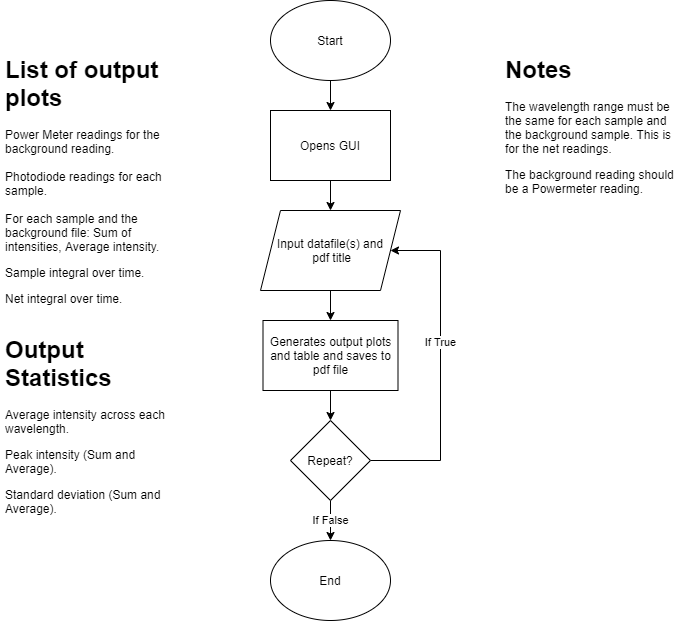
This is Optrode Analysis.png from Benjamin-Mc/Optrode, a draw.io export, as it was before one commit. Source tidied: cells renumbered, new cells last; positions are measured from the earlier drawing's top-left corner, leaving out a move shared by most shapes.
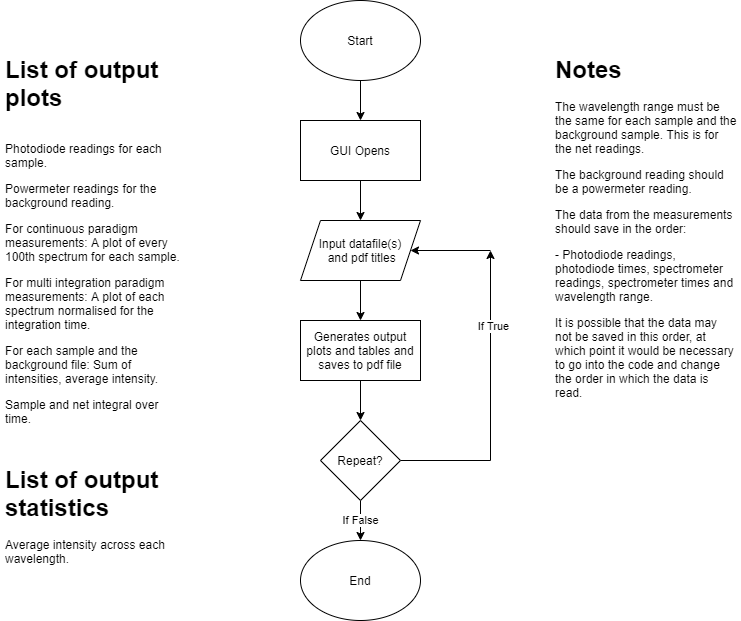
After the commit.

Change to the diagram source:
```diff
@@ -1,59 +1,61 @@
 <mxGraphModel>
   <root>
-    <mxCell id="0" />
-    <mxCell id="1" parent="0" />
-    <mxCell id="2" style="edgeStyle=orthogonalEdgeStyle;rounded=0;jettySize=auto;html=1;" parent="1" edge="1" source="3" target="5">
-      <mxGeometry relative="1" as="geometry" />
-    </mxCell>
+    <mxCell id="18" />
+    <mxCell id="19" parent="18" />
+    <mxCell id="20" style="edgeStyle=orthogonalEdgeStyle;rounded=0;jettySize=auto;html=1;" parent="19" edge="1" source="3" target="22">
+      <mxGeometry relative="1" as="geometry" />
+    </mxCell>
-    <mxCell id="3" value="Start" style="ellipse;whiteSpace=wrap;html=1;" parent="1" vertex="1">
+    <mxCell id="3" value="Start" style="ellipse;whiteSpace=wrap;html=1;" parent="19" vertex="1">
       <mxGeometry x="270" width="120" height="80" as="geometry" />
     </mxCell>
-    <mxCell id="4" style="edgeStyle=orthogonalEdgeStyle;rounded=0;jettySize=auto;html=1;" parent="1" edge="1" source="5" target="7">
-      <mxGeometry relative="1" as="geometry" />
-    </mxCell>
-    <mxCell id="5" value="Opens GUI" style="whiteSpace=wrap;html=1;" parent="1" vertex="1">
-      <mxGeometry x="270" y="110" width="120" height="70" as="geometry" />
-    </mxCell>
-    <mxCell id="6" style="edgeStyle=orthogonalEdgeStyle;rounded=0;jettySize=auto;html=1;" parent="1" edge="1" source="7" target="9">
-      <mxGeometry relative="1" as="geometry" />
-    </mxCell>
-    <mxCell id="7" value="Input datafile(s) and&lt;br&gt;&amp;nbsp;pdf title" style="shape=parallelogram;perimeter=parallelogramPerimeter;whiteSpace=wrap;html=1;fixedSize=1;" parent="1" vertex="1">
-      <mxGeometry x="260" y="210" width="140" height="80" as="geometry" />
-    </mxCell>
-    <mxCell id="8" style="edgeStyle=orthogonalEdgeStyle;rounded=0;jettySize=auto;html=1;" parent="1" edge="1" source="9" target="14">
-      <mxGeometry relative="1" as="geometry" />
-    </mxCell>
-    <mxCell id="9" value="Generates output plots and table and saves to pdf file" style="whiteSpace=wrap;html=1;" parent="1" vertex="1">
-      <mxGeometry x="262.5" y="320" width="135" height="70" as="geometry" />
-    </mxCell>
-    <mxCell id="10" value="&lt;h1&gt;List of output plots&lt;/h1&gt;&lt;div&gt;Power Meter readings for the background reading.&lt;/div&gt;&lt;div&gt;&lt;br&gt;&lt;/div&gt;&lt;div&gt;Photodiode readings for each sample.&lt;/div&gt;&lt;div&gt;&lt;br&gt;&lt;/div&gt;&lt;div&gt;For each sample and the background file:&amp;nbsp;&lt;span&gt;Sum of intensities,&amp;nbsp;&lt;/span&gt;&lt;span&gt;Average intensity.&lt;/span&gt;&lt;/div&gt;&lt;p&gt;Sample integral over time.&lt;/p&gt;&lt;p&gt;Net integral over time.&lt;/p&gt;" style="text;html=1;strokeColor=none;fillColor=none;spacing=5;spacingTop=-20;whiteSpace=wrap;overflow=hidden;rounded=0;" parent="1" vertex="1">
-      <mxGeometry y="50" width="190" height="270" as="geometry" />
-    </mxCell>
-    <mxCell id="11" style="edgeStyle=orthogonalEdgeStyle;rounded=0;jettySize=auto;html=1;entryX=1;entryY=0.5;entryDx=0;entryDy=0;" parent="1" edge="1" source="14" target="7">
-      <mxGeometry relative="1" as="geometry">
-        <Array as="points">
-          <mxPoint x="440" y="460" />
-          <mxPoint x="440" y="250" />
-        </Array>
-      </mxGeometry>
-    </mxCell>
+    <mxCell id="21" style="edgeStyle=orthogonalEdgeStyle;rounded=0;jettySize=auto;html=1;" parent="19" edge="1" source="22" target="24">
+      <mxGeometry relative="1" as="geometry" />
+    </mxCell>
+    <mxCell id="22" value="GUI Opens" style="whiteSpace=wrap;html=1;" parent="19" vertex="1">
+      <mxGeometry x="270" y="120" width="120" height="60" as="geometry" />
+    </mxCell>
+    <mxCell id="23" style="edgeStyle=orthogonalEdgeStyle;rounded=0;jettySize=auto;html=1;" parent="19" edge="1" source="24" target="26">
+      <mxGeometry relative="1" as="geometry" />
+    </mxCell>
+    <mxCell id="24" value="Input datafile(s)&lt;br&gt;&amp;nbsp;and pdf titles" style="shape=parallelogram;perimeter=parallelogramPerimeter;whiteSpace=wrap;html=1;fixedSize=1;" parent="19" vertex="1">
+      <mxGeometry x="270" y="220" width="120" height="60" as="geometry" />
+    </mxCell>
+    <mxCell id="25" style="edgeStyle=orthogonalEdgeStyle;rounded=0;jettySize=auto;html=1;" parent="19" edge="1" source="26" target="14">
+      <mxGeometry relative="1" as="geometry" />
+    </mxCell>
+    <mxCell id="26" value="Generates output plots and tables and saves to pdf file" style="whiteSpace=wrap;html=1;" parent="19" vertex="1">
+      <mxGeometry x="270" y="320" width="120" height="60" as="geometry" />
+    </mxCell>
+    <mxCell id="13" value="If False" style="edgeStyle=orthogonalEdgeStyle;rounded=0;jettySize=auto;html=1;" parent="19" edge="1" source="14" target="15">
+      <mxGeometry relative="1" as="geometry" />
+    </mxCell>
+    <mxCell id="27" style="edgeStyle=orthogonalEdgeStyle;rounded=0;jettySize=auto;html=1;" parent="19" edge="1" source="14">
+      <mxGeometry relative="1" as="geometry">
+        <mxPoint x="460" y="250" as="targetPoint" />
+      </mxGeometry>
+    </mxCell>
-    <mxCell id="12" value="If True" style="edgeLabel;html=1;align=center;verticalAlign=middle;" parent="11" vertex="1">
-      <mxGeometry x="0.15" y="1" relative="1" as="geometry" />
+    <mxCell id="12" value="If True" style="edgeLabel;html=1;align=center;verticalAlign=middle;" parent="27" vertex="1">
+      <mxGeometry x="0.5" y="-2" relative="1" as="geometry" />
     </mxCell>
-    <mxCell id="13" value="If False" style="edgeStyle=orthogonalEdgeStyle;rounded=0;jettySize=auto;html=1;" parent="1" edge="1" source="14" target="15">
-      <mxGeometry relative="1" as="geometry" />
-    </mxCell>
-    <mxCell id="14" value="Repeat?" style="rhombus;whiteSpace=wrap;html=1;" parent="1" vertex="1">
+    <mxCell id="14" value="Repeat?" style="rhombus;whiteSpace=wrap;html=1;" parent="19" vertex="1">
       <mxGeometry x="290" y="420" width="80" height="80" as="geometry" />
     </mxCell>
-    <mxCell id="15" value="End" style="ellipse;whiteSpace=wrap;html=1;" parent="1" vertex="1">
+    <mxCell id="15" value="End" style="ellipse;whiteSpace=wrap;html=1;" parent="19" vertex="1">
       <mxGeometry x="270" y="540" width="120" height="80" as="geometry" />
     </mxCell>
-    <mxCell id="16" value="&lt;h1&gt;Notes&lt;/h1&gt;&lt;p&gt;The wavelength range must be the same for each sample and the background sample. This is for the net readings.&lt;/p&gt;&lt;p&gt;The background reading should be a Powermeter reading.&lt;/p&gt;&lt;p&gt;&lt;br&gt;&lt;/p&gt;&lt;p&gt;&lt;br&gt;&lt;/p&gt;" style="text;html=1;strokeColor=none;fillColor=none;spacing=5;spacingTop=-20;whiteSpace=wrap;overflow=hidden;rounded=0;" parent="1" vertex="1">
-      <mxGeometry x="500" y="50" width="180" height="230" as="geometry" />
-    </mxCell>
-    <mxCell id="17" value="&lt;h1&gt;Output Statistics&lt;/h1&gt;&lt;p&gt;Average intensity across each wavelength.&lt;/p&gt;&lt;p&gt;Peak intensity (Sum and Average).&lt;/p&gt;&lt;p&gt;Standard deviation (Sum and Average).&lt;/p&gt;" style="text;html=1;strokeColor=none;fillColor=none;spacing=5;spacingTop=-20;whiteSpace=wrap;overflow=hidden;rounded=0;" parent="1" vertex="1">
-      <mxGeometry y="330" width="190" height="210" as="geometry" />
-    </mxCell>
+    <mxCell id="28" style="endArrow=classic;html=1;entryX=1;entryY=0.5;entryDx=0;entryDy=0;" parent="19" edge="1" target="24">
+      <mxGeometry relative="1" as="geometry">
+        <mxPoint x="460" y="250" as="sourcePoint" />
+      </mxGeometry>
+    </mxCell>
+    <mxCell id="29" value="&lt;h1&gt;Notes&lt;/h1&gt;&lt;p&gt;The wavelength range must be the same for each sample and the background sample. This is for the net readings.&lt;/p&gt;&lt;p&gt;The background reading should be a powermeter reading.&lt;/p&gt;&lt;p&gt;The data from the measurements should save in the order:&lt;/p&gt;&lt;p&gt;- Photodiode readings, photodiode times, spectrometer readings, spectrometer times and wavelength range.&lt;/p&gt;&lt;p&gt;It is possible that the data may not be saved in this order, at which point it would be necessary to go into the code and change the order in which the data is read.&lt;/p&gt;" style="text;html=1;strokeColor=none;fillColor=none;spacing=5;spacingTop=-20;whiteSpace=wrap;overflow=hidden;rounded=0;" parent="19" vertex="1">
+      <mxGeometry x="520" y="50" width="190" height="360" as="geometry" />
+    </mxCell>
+    <mxCell id="30" value="&lt;h1&gt;List of output plots&lt;/h1&gt;&lt;div&gt;&lt;br&gt;&lt;/div&gt;&lt;div&gt;Photodiode readings for each sample.&lt;br&gt;&lt;/div&gt;&lt;p&gt;Powermeter readings for the background reading.&lt;/p&gt;&lt;p&gt;For continuous paradigm measurements: A plot of every 100th spectrum for each sample.&lt;/p&gt;&lt;p&gt;For multi integration paradigm measurements: A plot of each spectrum normalised for the integration time.&lt;/p&gt;&lt;p&gt;For each sample and the background file: Sum of intensities, average intensity.&lt;/p&gt;&lt;p&gt;Sample and net integral over time.&lt;/p&gt;" style="text;html=1;strokeColor=none;fillColor=none;spacing=5;spacingTop=-20;whiteSpace=wrap;overflow=hidden;rounded=0;" parent="19" vertex="1">
+      <mxGeometry x="-30" y="50" width="190" height="390" as="geometry" />
+    </mxCell>
+    <mxCell id="31" value="&lt;h1&gt;&lt;span&gt;List of output statistics&lt;/span&gt;&lt;br&gt;&lt;/h1&gt;&lt;div&gt;&lt;span&gt;Average intensity across each wavelength.&lt;/span&gt;&lt;/div&gt;&lt;div&gt;&lt;span&gt;&lt;br&gt;&lt;/span&gt;&lt;/div&gt;&lt;div&gt;&lt;span&gt;Peak intensity (Sum and average)&lt;/span&gt;&lt;/div&gt;&lt;div&gt;&lt;span&gt;&lt;br&gt;&lt;/span&gt;&lt;/div&gt;&lt;div&gt;&lt;span&gt;Standard deviation (Sum and average)&lt;/span&gt;&lt;/div&gt;&lt;div&gt;&lt;span&gt;&lt;br&gt;&lt;/span&gt;&lt;/div&gt;" style="text;html=1;strokeColor=none;fillColor=none;spacing=5;spacingTop=-20;whiteSpace=wrap;overflow=hidden;rounded=0;" parent="19" vertex="1">
+      <mxGeometry x="-30" y="460" width="190" height="120" as="geometry" />
+    </mxCell>
   </root>
 </mxGraphModel>
```
